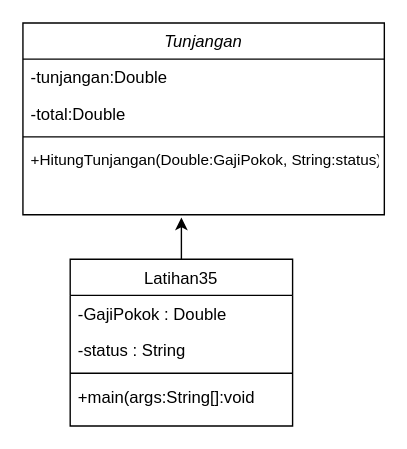
Above: Latihan35.drawio in muhammadfauzanfadhlulbarr/PBO10K-10119176-Latihan-35-Program-Tunjangan (draw.io), before the change. Source tidied: cells renumbered, new cells numbered last; positions are measured from the earlier drawing's top-left corner, leaving out a move shared by most shapes. Both pictures are drawn from the tidied source at 139%, with x=0, y=0 at pixel (22, 22).
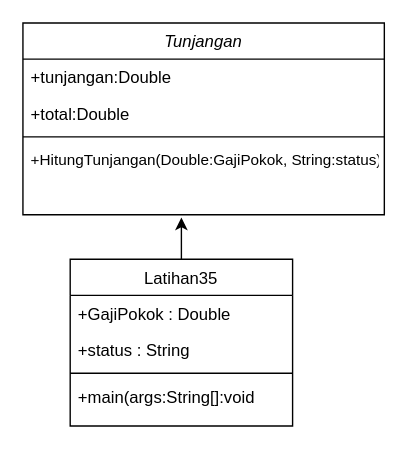
The same diagram, later.

Change to the diagram source:
```diff
@@
 <mxGraphModel>
   <root>
     <mxCell id="0" />
     <mxCell id="1" parent="0" />
     <mxCell id="2" value="Tunjangan" style="swimlane;fontStyle=2;align=center;verticalAlign=top;horizontal=1;startSize=26;rounded=0;shadow=0;strokeWidth=1;" parent="1" vertex="1">
       <mxGeometry width="260" height="138" as="geometry" />
     </mxCell>
-    <mxCell id="3" value="-tunjangan:Double" style="text;align=left;verticalAlign=top;spacingLeft=4;spacingRight=4;overflow=hidden;" parent="2" vertex="1">
+    <mxCell id="3" value="+tunjangan:Double" style="text;align=left;verticalAlign=top;spacingLeft=4;spacingRight=4;overflow=hidden;" parent="2" vertex="1">
       <mxGeometry y="26" width="260" height="26" as="geometry" />
     </mxCell>
-    <mxCell id="4" value="-total:Double" style="text;align=left;verticalAlign=top;spacingLeft=4;spacingRight=4;overflow=hidden;rounded=0;shadow=0;html=0;" parent="2" vertex="1">
+    <mxCell id="4" value="+total:Double" style="text;align=left;verticalAlign=top;spacingLeft=4;spacingRight=4;overflow=hidden;rounded=0;shadow=0;html=0;" parent="2" vertex="1">
       <mxGeometry y="52" width="260" height="26" as="geometry" />
     </mxCell>
     <mxCell id="5" style="line;html=1;strokeWidth=1;align=left;verticalAlign=middle;spacingTop=-1;spacingLeft=3;spacingRight=3;labelPosition=right;" parent="2" vertex="1">
       <mxGeometry y="78" width="260" height="8" as="geometry" />
     </mxCell>
     <mxCell id="6" value="+HitungTunjangan(Double:GajiPokok, String:status)" style="text;align=left;verticalAlign=top;spacingLeft=4;spacingRight=4;overflow=hidden;fontSize=11;" parent="2" vertex="1">
       <mxGeometry y="86" width="260" height="26" as="geometry" />
     </mxCell>
     <mxCell id="7" style="edgeStyle=orthogonalEdgeStyle;rounded=0;jettySize=auto;html=1;exitX=0.5;exitY=0;exitDx=0;exitDy=0;fontSize=11;" parent="1" edge="1" source="8">
       <mxGeometry relative="1" as="geometry">
         <mxPoint x="114" y="140" as="targetPoint" />
       </mxGeometry>
     </mxCell>
     <mxCell id="8" value="Latihan35" style="swimlane;fontStyle=0;align=center;verticalAlign=top;horizontal=1;startSize=26;rounded=0;shadow=0;strokeWidth=1;" parent="1" vertex="1">
       <mxGeometry x="34" y="170" width="160" height="120" as="geometry" />
     </mxCell>
-    <mxCell id="9" value="-GajiPokok : Double" style="text;align=left;verticalAlign=top;spacingLeft=4;spacingRight=4;overflow=hidden;" parent="8" vertex="1">
+    <mxCell id="9" value="+GajiPokok : Double" style="text;align=left;verticalAlign=top;spacingLeft=4;spacingRight=4;overflow=hidden;" parent="8" vertex="1">
       <mxGeometry y="26" width="160" height="26" as="geometry" />
     </mxCell>
-    <mxCell id="10" value="-status : String" style="text;align=left;verticalAlign=top;spacingLeft=4;spacingRight=4;overflow=hidden;rounded=0;shadow=0;html=0;" parent="8" vertex="1">
+    <mxCell id="10" value="+status : String" style="text;align=left;verticalAlign=top;spacingLeft=4;spacingRight=4;overflow=hidden;rounded=0;shadow=0;html=0;" parent="8" vertex="1">
       <mxGeometry y="52" width="160" height="26" as="geometry" />
     </mxCell>
     <mxCell id="11" style="line;html=1;strokeWidth=1;align=left;verticalAlign=middle;spacingTop=-1;spacingLeft=3;spacingRight=3;labelPosition=right;" parent="8" vertex="1">
       <mxGeometry y="78" width="160" height="8" as="geometry" />
     </mxCell>
     <mxCell id="12" value="+main(args:String[]:void" style="text;align=left;verticalAlign=top;spacingLeft=4;spacingRight=4;overflow=hidden;" parent="8" vertex="1">
       <mxGeometry y="86" width="160" height="26" as="geometry" />
     </mxCell>
   </root>
 </mxGraphModel>
```
